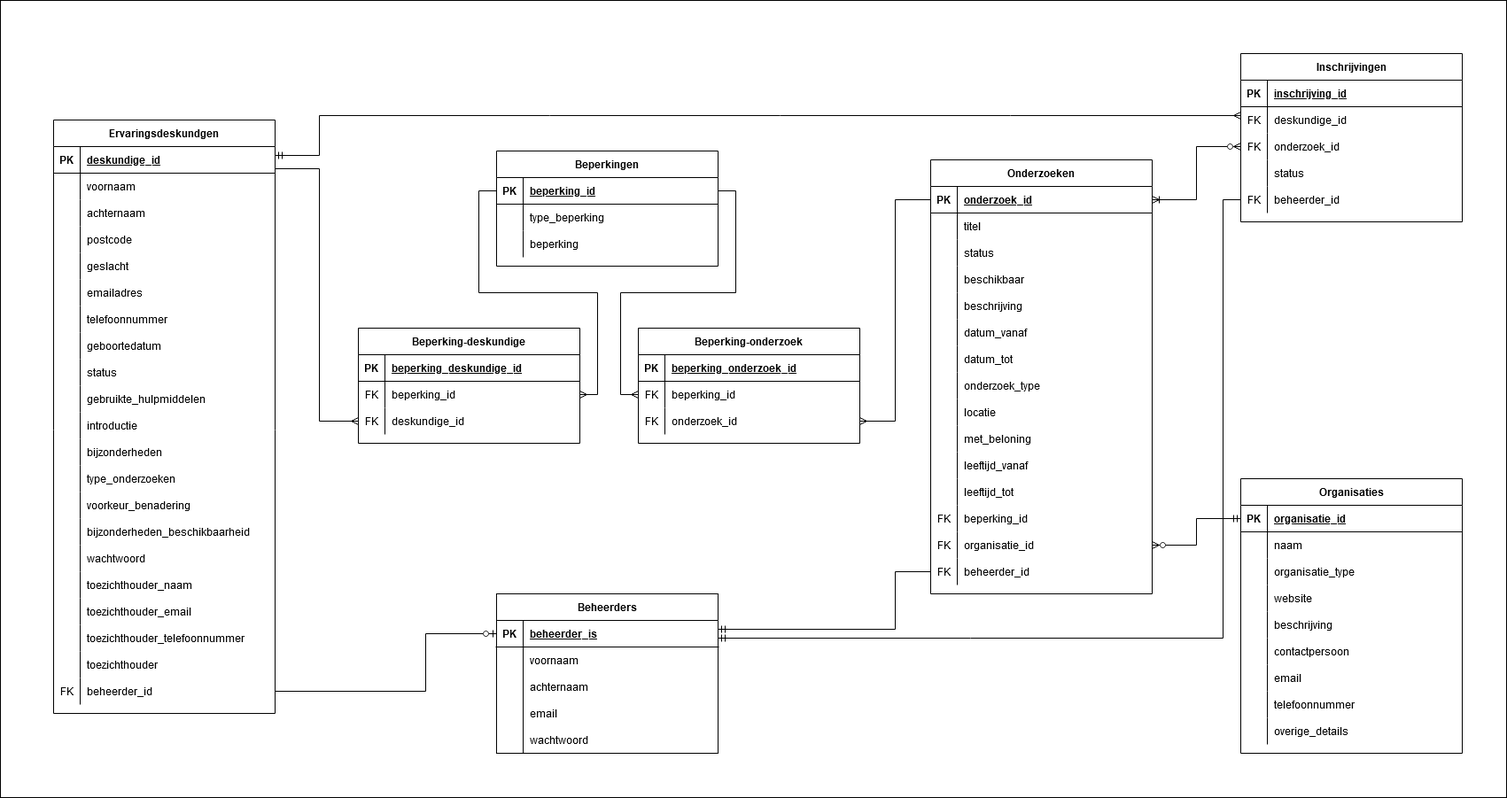
clay-369/security-4 keeps this draw.io diagram as docs/images/WP3-ERD.png. Above is the earlier version. Source tidied: cells renumbered, new cells last; positions are measured from the earlier drawing's top-left corner, leaving out a move shared by most shapes.
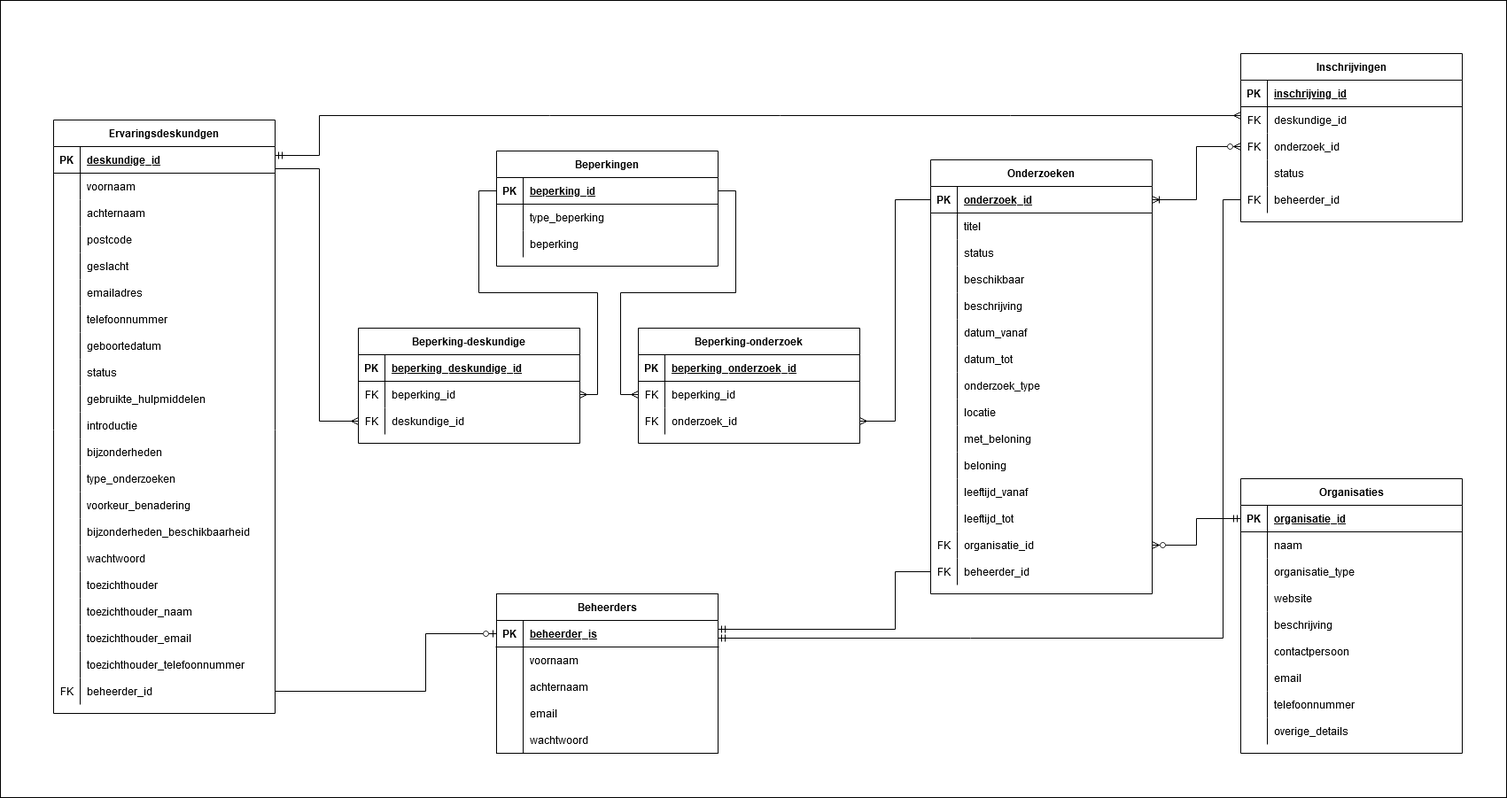
Later version of the same file.

Commit message:
Database: Created insert statement for admins, Updated ERD image

Diff of the diagram source:
```diff
@@ -206,7 +206,7 @@
     <mxCell id="69" style="shape=partialRectangle;overflow=hidden;fillColor=none;top=0;left=0;bottom=0;right=0;rounded=0;" parent="68" vertex="1">
       <mxGeometry width="30" height="30" as="geometry" />
     </mxCell>
-    <mxCell id="70" value="toezichthouder_naam" style="shape=partialRectangle;overflow=hidden;fillColor=none;top=0;left=0;bottom=0;right=0;align=left;spacingLeft=6;rounded=0;" parent="68" vertex="1">
+    <mxCell id="70" value="toezichthouder" style="shape=partialRectangle;overflow=hidden;fillColor=none;top=0;left=0;bottom=0;right=0;align=left;spacingLeft=6;rounded=0;" parent="68" vertex="1">
       <mxGeometry x="30" width="220" height="30" as="geometry" />
     </mxCell>
     <mxCell id="71" style="shape=partialRectangle;fillColor=none;top=0;left=0;right=0;bottom=0;rounded=0;" parent="19" vertex="1">
@@ -215,7 +215,7 @@
     <mxCell id="72" style="shape=partialRectangle;overflow=hidden;fillColor=none;top=0;left=0;bottom=0;right=0;rounded=0;" parent="71" vertex="1">
       <mxGeometry width="30" height="30" as="geometry" />
     </mxCell>
-    <mxCell id="73" value="toezichthouder_email" style="shape=partialRectangle;overflow=hidden;fillColor=none;top=0;left=0;bottom=0;right=0;align=left;spacingLeft=6;rounded=0;" parent="71" vertex="1">
+    <mxCell id="73" value="toezichthouder_naam" style="shape=partialRectangle;overflow=hidden;fillColor=none;top=0;left=0;bottom=0;right=0;align=left;spacingLeft=6;rounded=0;" parent="71" vertex="1">
       <mxGeometry x="30" width="220" height="30" as="geometry" />
     </mxCell>
     <mxCell id="74" style="shape=partialRectangle;fillColor=none;top=0;left=0;right=0;bottom=0;rounded=0;" parent="19" vertex="1">
@@ -224,7 +224,7 @@
     <mxCell id="75" style="shape=partialRectangle;overflow=hidden;fillColor=none;top=0;left=0;bottom=0;right=0;rounded=0;" parent="74" vertex="1">
       <mxGeometry width="30" height="30" as="geometry" />
     </mxCell>
-    <mxCell id="76" value="toezichthouder_telefoonnummer" style="shape=partialRectangle;overflow=hidden;fillColor=none;top=0;left=0;bottom=0;right=0;align=left;spacingLeft=6;rounded=0;" parent="74" vertex="1">
+    <mxCell id="76" value="toezichthouder_email" style="shape=partialRectangle;overflow=hidden;fillColor=none;top=0;left=0;bottom=0;right=0;align=left;spacingLeft=6;rounded=0;" parent="74" vertex="1">
       <mxGeometry x="30" width="220" height="30" as="geometry" />
     </mxCell>
     <mxCell id="77" style="shape=partialRectangle;fillColor=none;top=0;left=0;right=0;bottom=0;rounded=0;" parent="19" vertex="1">
@@ -233,7 +233,7 @@
     <mxCell id="78" style="shape=partialRectangle;overflow=hidden;fillColor=none;top=0;left=0;bottom=0;right=0;rounded=0;" parent="77" vertex="1">
       <mxGeometry width="30" height="30" as="geometry" />
     </mxCell>
-    <mxCell id="79" value="toezichthouder" style="shape=partialRectangle;overflow=hidden;fillColor=none;top=0;left=0;bottom=0;right=0;align=left;spacingLeft=6;rounded=0;" parent="77" vertex="1">
+    <mxCell id="79" value="toezichthouder_telefoonnummer" style="shape=partialRectangle;overflow=hidden;fillColor=none;top=0;left=0;bottom=0;right=0;align=left;spacingLeft=6;rounded=0;" parent="77" vertex="1">
       <mxGeometry x="30" width="220" height="30" as="geometry" />
     </mxCell>
     <mxCell id="80" style="shape=partialRectangle;fillColor=none;top=0;left=0;right=0;bottom=0;rounded=0;" parent="19" vertex="1">
@@ -344,7 +344,7 @@
     <mxCell id="115" style="shape=partialRectangle;overflow=hidden;fillColor=none;top=0;left=0;bottom=0;right=0;rounded=0;" parent="114" vertex="1">
       <mxGeometry width="30" height="30" as="geometry" />
     </mxCell>
-    <mxCell id="116" value="leeftijd_vanaf" style="shape=partialRectangle;overflow=hidden;fillColor=none;top=0;left=0;bottom=0;right=0;align=left;spacingLeft=6;rounded=0;" parent="114" vertex="1">
+    <mxCell id="116" value="beloning" style="shape=partialRectangle;overflow=hidden;fillColor=none;top=0;left=0;bottom=0;right=0;align=left;spacingLeft=6;rounded=0;" parent="114" vertex="1">
       <mxGeometry x="30" width="220" height="30" as="geometry" />
     </mxCell>
     <mxCell id="117" style="shape=partialRectangle;fillColor=none;top=0;left=0;right=0;bottom=0;rounded=0;" parent="83" vertex="1">
@@ -353,36 +353,36 @@
     <mxCell id="118" style="shape=partialRectangle;overflow=hidden;fillColor=none;top=0;left=0;bottom=0;right=0;rounded=0;" parent="117" vertex="1">
       <mxGeometry width="30" height="30" as="geometry" />
     </mxCell>
-    <mxCell id="119" value="leeftijd_tot" style="shape=partialRectangle;overflow=hidden;fillColor=none;top=0;left=0;bottom=0;right=0;align=left;spacingLeft=6;rounded=0;" parent="117" vertex="1">
+    <mxCell id="119" value="leeftijd_vanaf" style="shape=partialRectangle;overflow=hidden;fillColor=none;top=0;left=0;bottom=0;right=0;align=left;spacingLeft=6;rounded=0;" parent="117" vertex="1">
       <mxGeometry x="30" width="220" height="30" as="geometry" />
     </mxCell>
-    <mxCell id="120" style="shape=partialRectangle;fillColor=none;top=0;left=0;right=0;bottom=0;rounded=0;" parent="83" vertex="1">
-      <mxGeometry y="390" width="250" height="30" as="geometry" />
-    </mxCell>
-    <mxCell id="121" value="FK" style="shape=partialRectangle;overflow=hidden;fillColor=none;top=0;left=0;bottom=0;right=0;rounded=0;" parent="120" vertex="1">
-      <mxGeometry width="30" height="30" as="geometry" />
-    </mxCell>
-    <mxCell id="122" value="beperking_id" style="shape=partialRectangle;overflow=hidden;fillColor=none;top=0;left=0;bottom=0;right=0;align=left;spacingLeft=6;rounded=0;" parent="120" vertex="1">
-      <mxGeometry x="30" width="220" height="30" as="geometry" />
-    </mxCell>
     <mxCell id="123" style="shape=partialRectangle;fillColor=none;points=[[0,0.5],[1,0.5]];portConstraint=eastwest;top=0;left=0;right=0;bottom=0;rounded=0;" parent="83" vertex="1">
-      <mxGeometry y="420" width="250" height="30" as="geometry" />
+      <mxGeometry y="390" width="250" height="30" as="geometry" />
     </mxCell>
-    <mxCell id="124" value="FK" style="shape=partialRectangle;overflow=hidden;fillColor=none;top=0;left=0;bottom=0;right=0;rounded=0;" parent="123" vertex="1">
+    <mxCell id="124" style="shape=partialRectangle;overflow=hidden;fillColor=none;top=0;left=0;bottom=0;right=0;rounded=0;" parent="123" vertex="1">
       <mxGeometry width="30" height="30" as="geometry" />
     </mxCell>
-    <mxCell id="125" value="organisatie_id" style="shape=partialRectangle;overflow=hidden;fillColor=none;top=0;left=0;bottom=0;right=0;align=left;spacingLeft=6;rounded=0;" parent="123" vertex="1">
+    <mxCell id="125" value="leeftijd_tot" style="shape=partialRectangle;overflow=hidden;fillColor=none;top=0;left=0;bottom=0;right=0;align=left;spacingLeft=6;rounded=0;" parent="123" vertex="1">
       <mxGeometry x="30" width="220" height="30" as="geometry" />
     </mxCell>
     <mxCell id="126" style="shape=partialRectangle;fillColor=none;points=[[0,0.5],[1,0.5]];portConstraint=eastwest;top=0;left=0;right=0;bottom=0;rounded=0;" parent="83" vertex="1">
-      <mxGeometry y="450" width="250" height="30" as="geometry" />
+      <mxGeometry y="420" width="250" height="30" as="geometry" />
     </mxCell>
     <mxCell id="127" value="FK" style="shape=partialRectangle;overflow=hidden;fillColor=none;top=0;left=0;bottom=0;right=0;rounded=0;" parent="126" vertex="1">
       <mxGeometry width="30" height="30" as="geometry" />
     </mxCell>
-    <mxCell id="128" value="beheerder_id" style="shape=partialRectangle;overflow=hidden;fillColor=none;top=0;left=0;bottom=0;right=0;align=left;spacingLeft=6;rounded=0;" parent="126" vertex="1">
+    <mxCell id="128" value="organisatie_id" style="shape=partialRectangle;overflow=hidden;fillColor=none;top=0;left=0;bottom=0;right=0;align=left;spacingLeft=6;rounded=0;" parent="126" vertex="1">
       <mxGeometry x="30" width="220" height="30" as="geometry" />
     </mxCell>
+    <mxCell id="213" style="shape=partialRectangle;fillColor=none;points=[[0,0.5],[1,0.5]];portConstraint=eastwest;top=0;left=0;right=0;bottom=0;rounded=0;" parent="83" vertex="1">
+      <mxGeometry y="450" width="250" height="30" as="geometry" />
+    </mxCell>
+    <mxCell id="121" value="FK" style="shape=partialRectangle;overflow=hidden;fillColor=none;top=0;left=0;bottom=0;right=0;rounded=0;" parent="213" vertex="1">
+      <mxGeometry width="30" height="30" as="geometry" />
+    </mxCell>
+    <mxCell id="214" value="beheerder_id" style="shape=partialRectangle;overflow=hidden;fillColor=none;top=0;left=0;bottom=0;right=0;align=left;spacingLeft=6;rounded=0;verticalAlign=middle;" parent="213" vertex="1">
+      <mxGeometry x="30" width="220" height="30" as="geometry" />
+    </mxCell>
     <mxCell id="129" value="Organisaties" style="shape=table;startSize=30;rowLines=0;fontStyle=1;align=center;rounded=0;" parent="1" vertex="1">
       <mxGeometry x="1400" y="540" width="250" height="310" as="geometry" />
     </mxCell>
@@ -556,7 +556,7 @@
     <mxCell id="184" style="edgeStyle=orthogonalEdgeStyle;rounded=0;jettySize=auto;html=1;endArrow=ERoneToMany;endFill=0;startArrow=ERzeroToMany;startFill=0;" parent="1" edge="1" source="164" target="84">
       <mxGeometry relative="1" as="geometry" />
     </mxCell>
-    <mxCell id="185" style="edgeStyle=orthogonalEdgeStyle;rounded=0;jettySize=auto;html=1;startArrow=ERzeroToMany;startFill=0;endArrow=ERmandOne;endFill=0;" parent="1" edge="1" source="123" target="130">
+    <mxCell id="185" style="edgeStyle=orthogonalEdgeStyle;rounded=0;jettySize=auto;html=1;startArrow=ERzeroToMany;startFill=0;endArrow=ERmandOne;endFill=0;" parent="1" edge="1" source="126" target="130">
       <mxGeometry relative="1" as="geometry" />
     </mxCell>
     <mxCell id="186" style="edgeStyle=orthogonalEdgeStyle;rounded=0;jettySize=auto;html=1;endArrow=ERzeroToOne;endFill=0;startFill=0;" parent="1" edge="1" source="82" target="4">
@@ -567,7 +567,7 @@
         </Array>
       </mxGeometry>
     </mxCell>
-    <mxCell id="187" style="edgeStyle=orthogonalEdgeStyle;rounded=0;jettySize=auto;html=1;endArrow=ERmandOne;endFill=0;" parent="1" edge="1" source="126" target="4">
+    <mxCell id="187" style="edgeStyle=orthogonalEdgeStyle;rounded=0;jettySize=auto;html=1;endArrow=ERmandOne;endFill=0;" parent="1" edge="1" source="213" target="4">
       <mxGeometry relative="1" as="geometry">
         <Array as="points">
           <mxPoint x="1010" y="645" />
```
